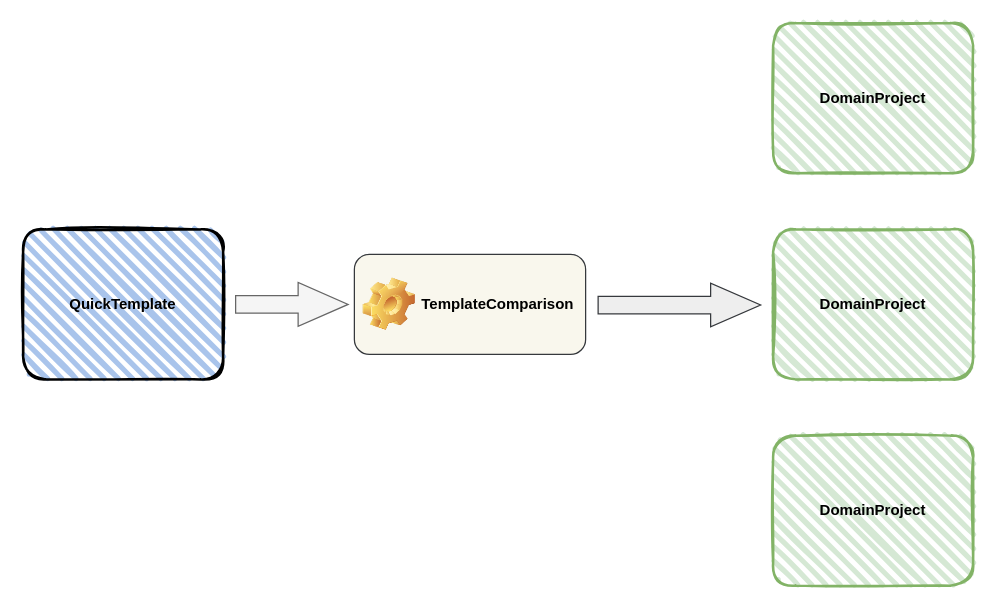
Above: page "Balancing overview" (2 of 2) of TemplateComparsion.drawio in Nydery/CSSoftwareEngineering-QuickTemplate (draw.io), before the change. Source tidied: cells renumbered, new cells numbered last; positions are measured from the earlier drawing's top-left corner, leaving out a move shared by most shapes. Both pictures are drawn from the tidied source at 125%, with x=0, y=0 at pixel (22, 22).
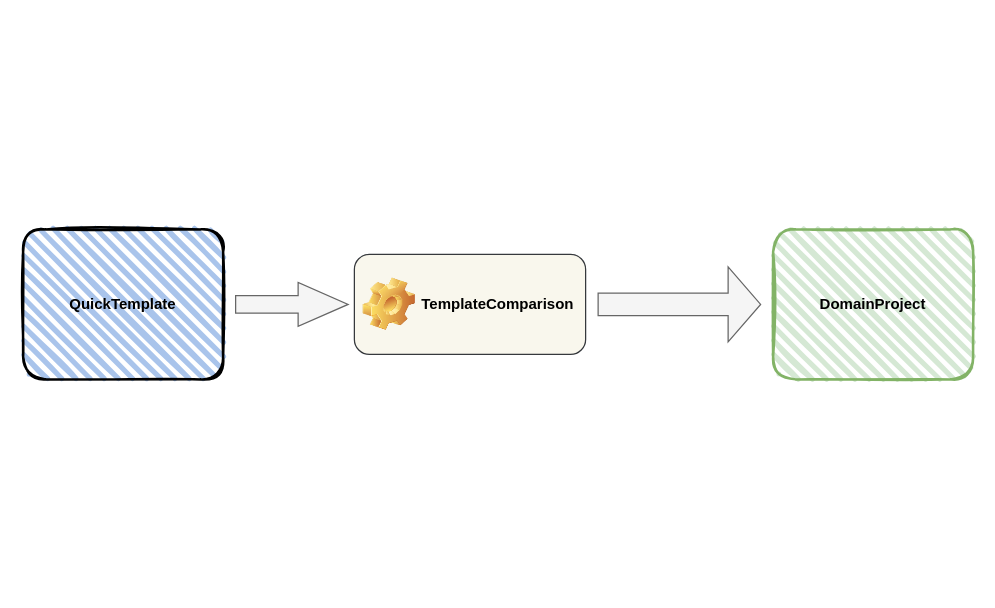
The same diagram, later.

Change to the diagram source:
```diff
@@
 <mxGraphModel>
   <root>
     <mxCell id="0" />
     <mxCell id="1" parent="0" />
     <mxCell id="2" value="&lt;b&gt;QuickTemplate&lt;/b&gt;" style="rounded=1;whiteSpace=wrap;html=1;strokeWidth=2;fillWeight=4;hachureGap=8;hachureAngle=45;fillColor=#A9C4EB;sketch=1;fontSize=12;" parent="1" vertex="1">
       <mxGeometry y="165" width="160" height="120" as="geometry" />
     </mxCell>
-    <mxCell id="3" value="&lt;b&gt;DomainProject&lt;/b&gt;" style="rounded=1;whiteSpace=wrap;html=1;strokeWidth=2;fillWeight=4;hachureGap=8;hachureAngle=45;fillColor=#d5e8d4;sketch=1;fontSize=12;strokeColor=#82b366;" parent="1" vertex="1">
-      <mxGeometry x="600" width="160" height="120" as="geometry" />
-    </mxCell>
     <mxCell id="4" value="TemplateComparison" style="label;whiteSpace=wrap;html=1;image=img/clipart/Gear_128x128.png;fontSize=12;fillColor=#f9f7ed;strokeColor=#36393d;rounded=1;glass=0;shadow=0;" parent="1" vertex="1">
       <mxGeometry x="265" y="185" width="185" height="80" as="geometry" />
     </mxCell>
     <mxCell id="5" style="html=1;shadow=0;dashed=0;align=center;verticalAlign=middle;shape=mxgraph.arrows2.arrow;dy=0.6;dx=40;notch=0;rounded=1;glass=0;fontSize=12;fillColor=#f5f5f5;fontColor=#333333;strokeColor=#666666;" parent="1" vertex="1">
       <mxGeometry x="170" y="207.5" width="90" height="35" as="geometry" />
     </mxCell>
-    <mxCell id="6" style="html=1;shadow=0;dashed=0;align=center;verticalAlign=middle;shape=mxgraph.arrows2.arrow;dy=0.6;dx=40;notch=0;rounded=1;glass=0;fontSize=12;fillColor=#eeeeee;strokeColor=#36393d;" parent="1" vertex="1">
-      <mxGeometry x="460" y="208" width="130" height="35" as="geometry" />
-    </mxCell>
-    <mxCell id="7" value="&lt;b&gt;DomainProject&lt;/b&gt;" style="rounded=1;whiteSpace=wrap;html=1;strokeWidth=2;fillWeight=4;hachureGap=8;hachureAngle=45;fillColor=#d5e8d4;sketch=1;fontSize=12;strokeColor=#82b366;" parent="1" vertex="1">
-      <mxGeometry x="600" y="330" width="160" height="120" as="geometry" />
-    </mxCell>
     <mxCell id="8" value="&lt;b&gt;DomainProject&lt;/b&gt;" style="rounded=1;whiteSpace=wrap;html=1;strokeWidth=2;fillWeight=4;hachureGap=8;hachureAngle=45;fillColor=#d5e8d4;sketch=1;fontSize=12;strokeColor=#82b366;" parent="1" vertex="1">
       <mxGeometry x="600" y="165" width="160" height="120" as="geometry" />
     </mxCell>
+    <mxCell id="9" style="shape=singleArrow;whiteSpace=wrap;html=1;fillColor=#f5f5f5;fontColor=#333333;strokeColor=#666666;" parent="1" vertex="1">
+      <mxGeometry x="460" y="195" width="130" height="60" as="geometry" />
+    </mxCell>
   </root>
 </mxGraphModel>
```
